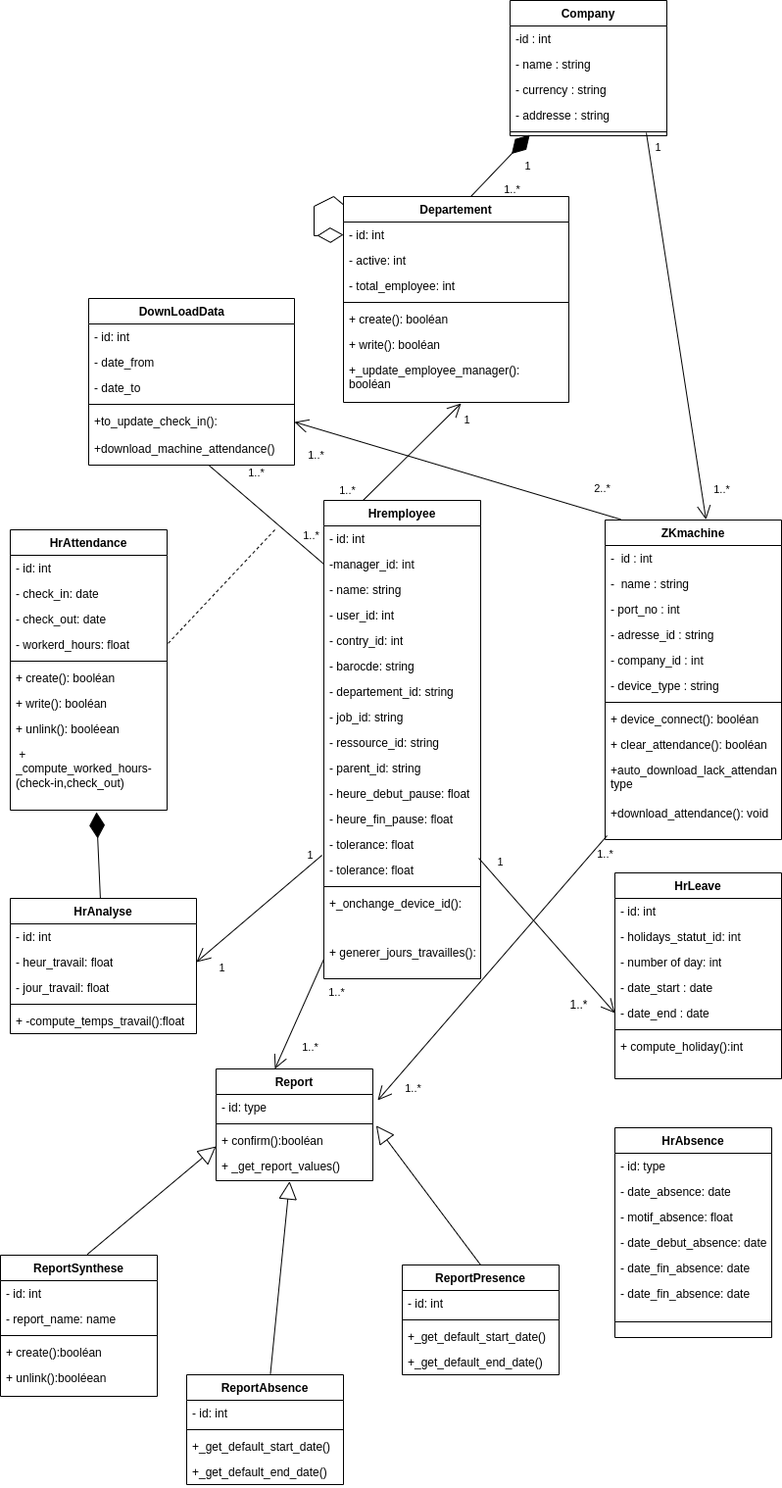
This is static/Diagramme de classe.drawio.png from Siluearsene/borne_biometrique, a draw.io export, as it was before one commit. Source tidied: cells renumbered, new cells last; positions are measured from the earlier drawing's top-left corner, leaving out a move shared by most shapes.
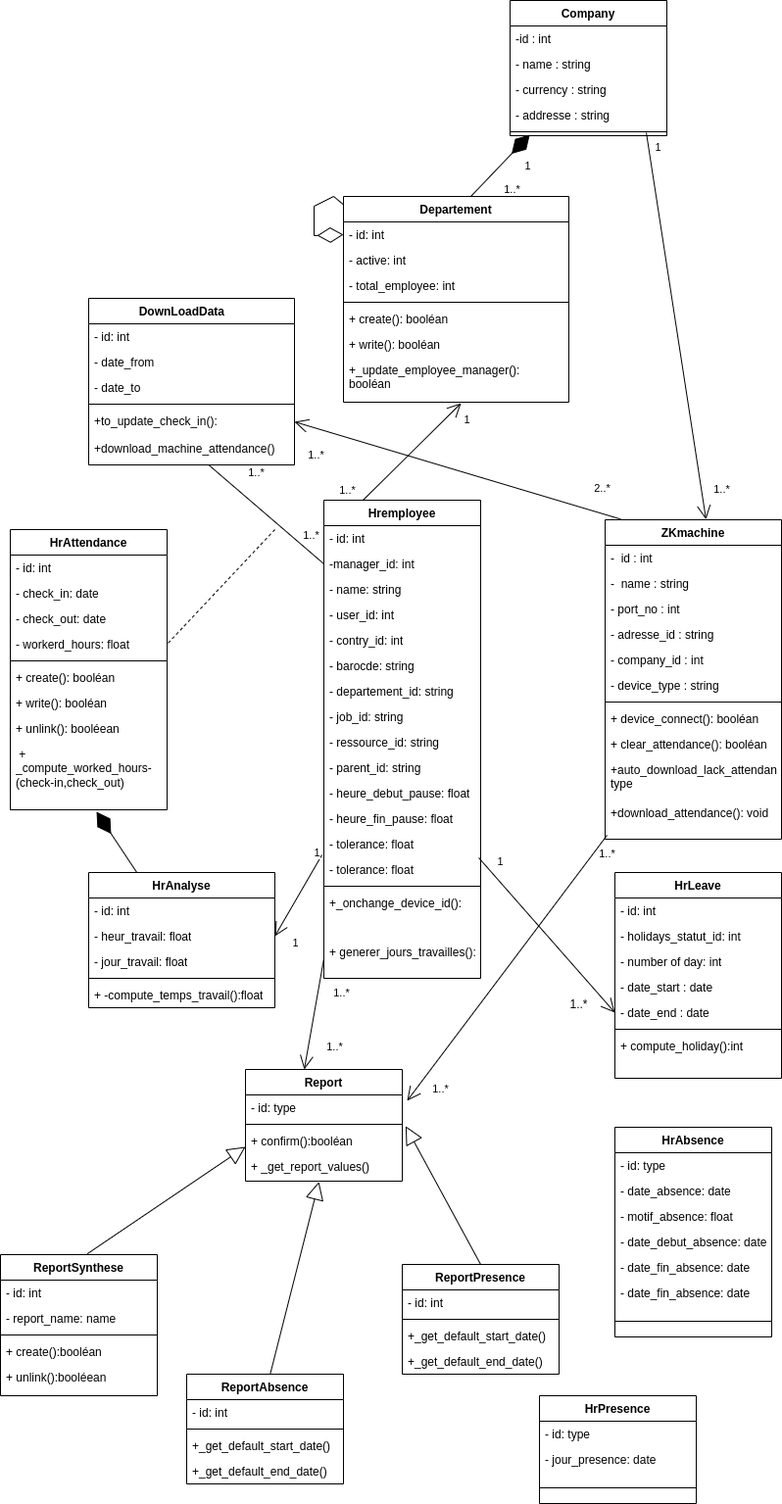
After the commit.

Commit message:
Mettre à jour Diagramme de classe.drawio.png

Diff of the diagram source:
```diff
@@ -87,7 +87,7 @@
       <mxGeometry y="164" width="170" height="46" as="geometry" />
     </mxCell>
     <mxCell id="30" value="HrAnalyse" style="swimlane;fontStyle=1;align=center;verticalAlign=top;horizontal=1;startSize=26;whiteSpace=wrap;html=1;" parent="1" vertex="1">
-      <mxGeometry x="10" y="916" width="190" height="138" as="geometry" />
+      <mxGeometry x="90" y="890" width="190" height="138" as="geometry" />
     </mxCell>
     <mxCell id="31" value="- id: int" style="text;strokeColor=none;fillColor=none;align=left;verticalAlign=top;spacingLeft=4;spacingRight=4;overflow=hidden;whiteSpace=wrap;html=1;" parent="30" vertex="1">
       <mxGeometry y="26" width="190" height="26" as="geometry" />
@@ -309,7 +309,7 @@
       <mxGeometry y="130" width="160" height="8" as="geometry" />
     </mxCell>
     <mxCell id="102" value="Report" style="swimlane;fontStyle=1;align=center;verticalAlign=top;horizontal=1;startSize=26;whiteSpace=wrap;html=1;" parent="1" vertex="1">
-      <mxGeometry x="220" y="1090" width="160" height="114" as="geometry" />
+      <mxGeometry x="250" y="1091" width="160" height="114" as="geometry" />
     </mxCell>
     <mxCell id="103" value="- id: type" style="text;strokeColor=none;fillColor=none;align=left;verticalAlign=top;spacingLeft=4;spacingRight=4;overflow=hidden;points=[[0,0.5],[1,0.5]];portConstraint=eastwest;whiteSpace=wrap;html=1;" parent="102" vertex="1">
       <mxGeometry y="26" width="160" height="26" as="geometry" />
@@ -457,5 +457,17 @@
     <mxCell id="138" value="1..*" style="text;html=1;align=center;verticalAlign=middle;strokeColor=none;fillColor=none;" parent="1" vertex="1">
       <mxGeometry x="570" y="1010" width="40" height="30" as="geometry" />
     </mxCell>
+    <mxCell id="139" value="HrPresence" style="swimlane;fontStyle=1;align=center;verticalAlign=top;horizontal=1;startSize=26;whiteSpace=wrap;html=1;" parent="1" vertex="1">
+      <mxGeometry x="550" y="1424" width="160" height="110" as="geometry" />
+    </mxCell>
+    <mxCell id="140" value="- id: type" style="text;strokeColor=none;fillColor=none;align=left;verticalAlign=top;spacingLeft=4;spacingRight=4;overflow=hidden;whiteSpace=wrap;html=1;" parent="139" vertex="1">
+      <mxGeometry y="26" width="160" height="26" as="geometry" />
+    </mxCell>
+    <mxCell id="141" value="- jour_presence: date" style="text;strokeColor=none;fillColor=none;align=left;verticalAlign=top;spacingLeft=4;spacingRight=4;overflow=hidden;whiteSpace=wrap;html=1;" parent="139" vertex="1">
+      <mxGeometry y="52" width="160" height="26" as="geometry" />
+    </mxCell>
+    <mxCell id="142" style="line;strokeWidth=1;fillColor=none;align=left;verticalAlign=middle;spacingTop=-1;spacingLeft=3;spacingRight=3;labelPosition=right;strokeColor=inherit;" parent="139" vertex="1">
+      <mxGeometry y="78" width="160" height="32" as="geometry" />
+    </mxCell>
   </root>
 </mxGraphModel>
```
